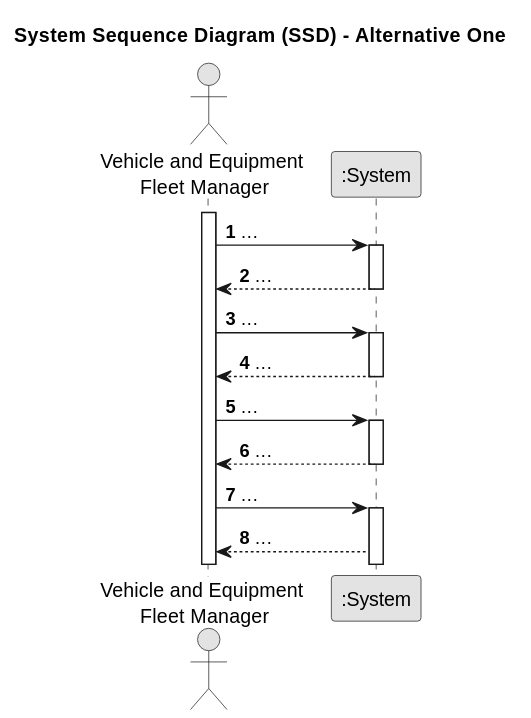
This is docs/sprintA/us008/01.requirements-engineering/svg/us008-system-sequence-diagram-alternative-one.svg from daniel41silva05/ISEP_2023_2024_LAPR2, a PlantUML export, as it was before one commit. Source of this version:
```plantuml
@startuml
skinparam monochrome true
skinparam packageStyle rectangle
skinparam shadowing false

title System Sequence Diagram (SSD) - Alternative One

autonumber

actor "Vehicle and Equipment \nFleet Manager" as Employee
participant ":System" as System

activate Employee

    Employee -> System : ...
    activate System

        System --> Employee : ...
    deactivate System

    Employee -> System : ...
    activate System

        System --> Employee : ...
    deactivate System

    Employee -> System : ...
    activate System

        System --> Employee : ...
    deactivate System

    Employee -> System : ...
    activate System

        System --> Employee : ...
@enduml
```
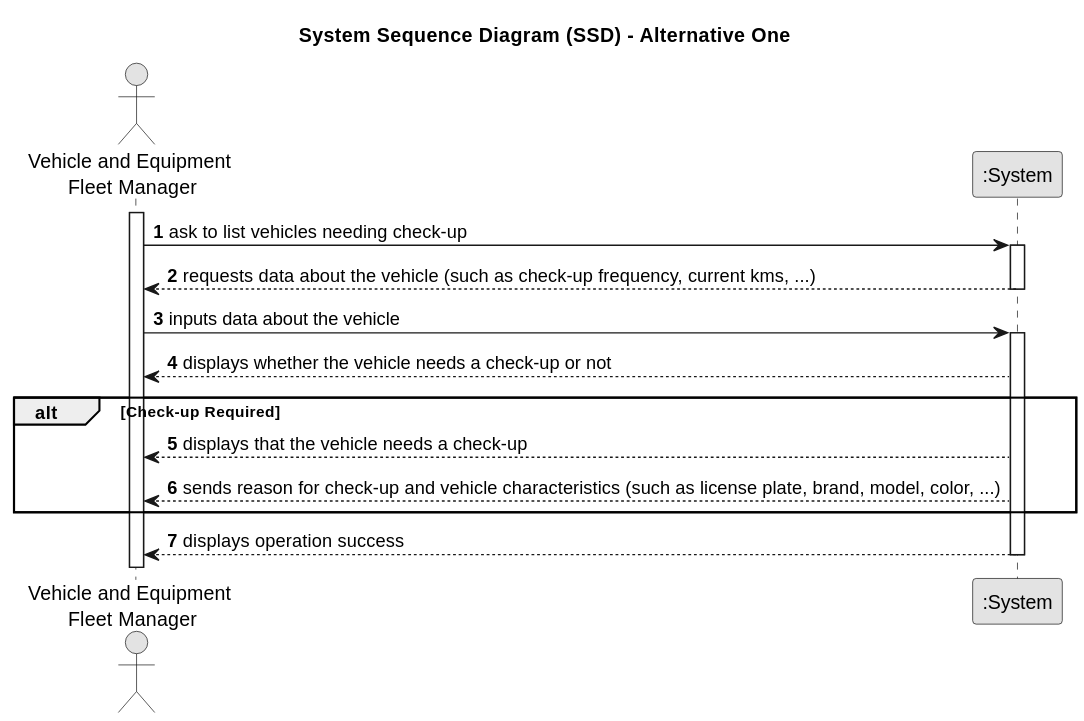
The same diagram one commit later.

Diff of the diagram source:
```diff
@@ -12,26 +12,22 @@
 
 activate Employee
 
-    Employee -> System : ...
+    Employee -> System : ask to list vehicles needing check-up
     activate System
 
-        System --> Employee : ...
+        System --> Employee : requests data about the vehicle (such as check-up frequency, current kms, ...)
+
     deactivate System
 
-    Employee -> System : ...
+    Employee -> System : inputs data about the vehicle
     activate System
 
-        System --> Employee : ...
+    System --> Employee : displays whether the vehicle needs a check-up or not
+        alt Check-up Required
+            System --> Employee : displays that the vehicle needs a check-up
+            System --> Employee : sends reason for check-up and vehicle characteristics (such as license plate, brand, model, color, ...)
+        end
+        System --> Employee : displays operation success
+
     deactivate System
-
-    Employee -> System : ...
-    activate System
-
-        System --> Employee : ...
-    deactivate System
-
-    Employee -> System : ...
-    activate System
-
-        System --> Employee : ...
 @enduml
```
